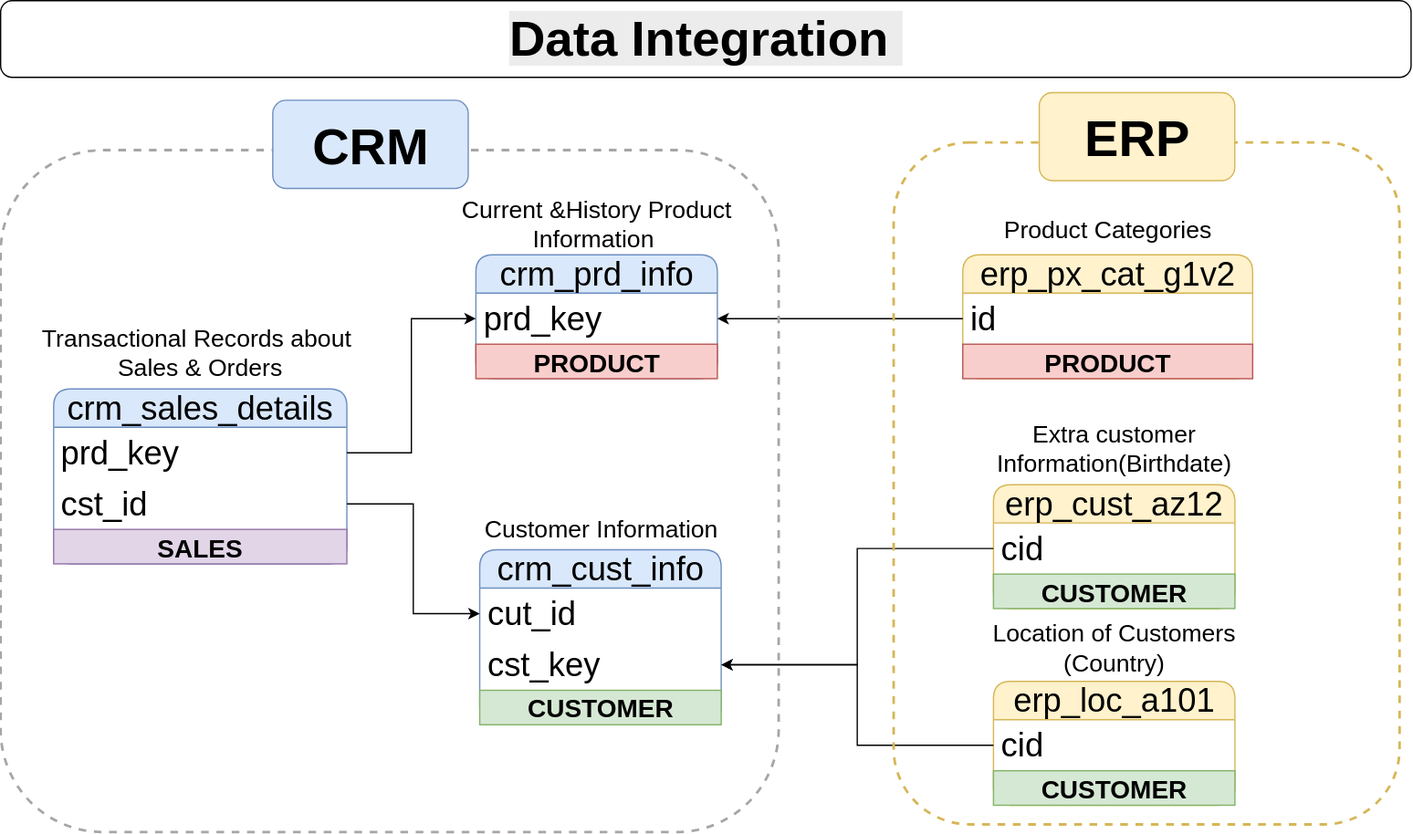
Earlier version of the draw.io export docs/data_model.drawio.svg (dhavalantala/sql-data-warehouse). Source tidied: cells renumbered, new cells last; positions are measured from the earlier drawing's top-left corner, leaving out a move shared by most shapes. The source it was exported from:
```xml
<mxGraphModel>
  <root>
    <mxCell id="0" />
    <mxCell id="1" parent="0" />
    <mxCell id="2" value="crm_cust_info" style="swimlane;fontStyle=0;horizontal=1;startSize=30;whiteSpace=wrap;html=1;rounded=1;fillColor=#dae8fc;strokeColor=#6c8ebf;fontSize=26;shadow=0;" parent="1" vertex="1">
      <mxGeometry x="375" y="430" width="189" height="137" as="geometry" />
    </mxCell>
    <mxCell id="3" value="cut_id" style="text;strokeColor=none;fillColor=none;align=left;verticalAlign=middle;spacingLeft=4;spacingRight=4;overflow=hidden;points=[[0,0.5],[1,0.5]];portConstraint=eastwest;whiteSpace=wrap;html=1;fontSize=26;shadow=0;" parent="2" vertex="1">
      <mxGeometry y="30" width="189" height="40" as="geometry" />
    </mxCell>
    <mxCell id="4" value="cst_key" style="text;strokeColor=none;fillColor=none;align=left;verticalAlign=middle;spacingLeft=4;spacingRight=4;overflow=hidden;points=[[0,0.5],[1,0.5]];portConstraint=eastwest;whiteSpace=wrap;html=1;fontSize=26;shadow=0;" parent="2" vertex="1">
      <mxGeometry y="70" width="189" height="40" as="geometry" />
    </mxCell>
    <mxCell id="5" value="CUSTOMER" style="text;html=1;strokeColor=#82b366;fillColor=#d5e8d4;align=center;verticalAlign=middle;whiteSpace=wrap;overflow=hidden;fontSize=20;fontStyle=1;" parent="2" vertex="1">
      <mxGeometry y="110" width="189" height="27" as="geometry" />
    </mxCell>
    <mxCell id="6" value="&lt;font&gt;Customer&amp;nbsp;&lt;span style=&quot;background-color: transparent; color: light-dark(rgb(0, 0, 0), rgb(255, 255, 255));&quot;&gt;Information&lt;/span&gt;&lt;/font&gt;" style="text;html=1;align=center;verticalAlign=middle;whiteSpace=wrap;rounded=0;shadow=0;fontSize=19;" parent="1" vertex="1">
      <mxGeometry x="393.8" y="399" width="151.5" height="30" as="geometry" />
    </mxCell>
    <mxCell id="7" value="crm_prd_info" style="swimlane;fontStyle=0;horizontal=1;startSize=30;whiteSpace=wrap;html=1;rounded=1;fillColor=#dae8fc;strokeColor=#6c8ebf;fontSize=26;shadow=0;" parent="1" vertex="1">
      <mxGeometry x="372" y="199" width="189" height="97" as="geometry" />
    </mxCell>
    <mxCell id="8" value="prd_key" style="text;strokeColor=none;fillColor=none;align=left;verticalAlign=middle;spacingLeft=4;spacingRight=4;overflow=hidden;points=[[0,0.5],[1,0.5]];portConstraint=eastwest;whiteSpace=wrap;html=1;fontSize=26;shadow=0;" parent="7" vertex="1">
      <mxGeometry y="30" width="189" height="40" as="geometry" />
    </mxCell>
    <mxCell id="9" value="PRODUCT" style="text;html=1;strokeColor=#b85450;fillColor=#f8cecc;align=center;verticalAlign=middle;whiteSpace=wrap;overflow=hidden;fontSize=20;fontStyle=1;" parent="7" vertex="1">
      <mxGeometry y="70" width="189" height="27" as="geometry" />
    </mxCell>
    <mxCell id="10" value="&lt;font&gt;Current &amp;amp;History Product Information&amp;nbsp;&lt;/font&gt;" style="text;html=1;align=center;verticalAlign=middle;whiteSpace=wrap;rounded=0;shadow=0;fontSize=19;" parent="1" vertex="1">
      <mxGeometry x="357" y="160" width="219" height="30" as="geometry" />
    </mxCell>
    <mxCell id="11" value="crm_sales_details" style="swimlane;fontStyle=0;horizontal=1;startSize=30;whiteSpace=wrap;html=1;rounded=1;fillColor=#dae8fc;strokeColor=#6c8ebf;fontSize=26;shadow=0;" parent="1" vertex="1">
      <mxGeometry x="41.5" y="304" width="229.5" height="137" as="geometry" />
    </mxCell>
    <mxCell id="12" value="prd_key" style="text;strokeColor=none;fillColor=none;align=left;verticalAlign=middle;spacingLeft=4;spacingRight=4;overflow=hidden;points=[[0,0.5],[1,0.5]];portConstraint=eastwest;whiteSpace=wrap;html=1;fontSize=26;shadow=0;" parent="11" vertex="1">
      <mxGeometry y="30" width="229.5" height="40" as="geometry" />
    </mxCell>
    <mxCell id="13" value="cst_id" style="text;strokeColor=none;fillColor=none;align=left;verticalAlign=middle;spacingLeft=4;spacingRight=4;overflow=hidden;points=[[0,0.5],[1,0.5]];portConstraint=eastwest;whiteSpace=wrap;html=1;fontSize=26;shadow=0;" parent="11" vertex="1">
      <mxGeometry y="70" width="229.5" height="40" as="geometry" />
    </mxCell>
    <mxCell id="14" value="SALES" style="text;html=1;strokeColor=#9673a6;fillColor=#e1d5e7;align=center;verticalAlign=middle;whiteSpace=wrap;overflow=hidden;fontSize=20;fontStyle=1;" parent="11" vertex="1">
      <mxGeometry y="110" width="229.5" height="27" as="geometry" />
    </mxCell>
    <mxCell id="15" value="&lt;font&gt;Transactional Records about&amp;nbsp;&lt;/font&gt;&lt;div&gt;&lt;font&gt;Sales &amp;amp; Orders&lt;/font&gt;&lt;/div&gt;" style="text;html=1;align=center;verticalAlign=middle;whiteSpace=wrap;rounded=0;shadow=0;fontSize=19;" parent="1" vertex="1">
      <mxGeometry x="8.4" y="261" width="295.8" height="30" as="geometry" />
    </mxCell>
    <mxCell id="16" value="erp_cust_az12" style="swimlane;fontStyle=0;horizontal=1;startSize=30;whiteSpace=wrap;html=1;rounded=1;fillColor=#fff2cc;strokeColor=#d6b656;fontSize=26;shadow=0;" parent="1" vertex="1">
      <mxGeometry x="777.1" y="379" width="189" height="97" as="geometry" />
    </mxCell>
    <mxCell id="17" value="cid" style="text;strokeColor=none;fillColor=none;align=left;verticalAlign=middle;spacingLeft=4;spacingRight=4;overflow=hidden;points=[[0,0.5],[1,0.5]];portConstraint=eastwest;whiteSpace=wrap;html=1;fontSize=26;shadow=0;" parent="16" vertex="1">
      <mxGeometry y="30" width="189" height="40" as="geometry" />
    </mxCell>
    <mxCell id="18" value="CUSTOMER" style="text;html=1;strokeColor=#82b366;fillColor=#d5e8d4;align=center;verticalAlign=middle;whiteSpace=wrap;overflow=hidden;fontSize=20;fontStyle=1;" parent="16" vertex="1">
      <mxGeometry y="70" width="189" height="27" as="geometry" />
    </mxCell>
    <mxCell id="19" value="&lt;font&gt;Extra customer Information(Birthdate)&lt;/font&gt;" style="text;html=1;align=center;verticalAlign=middle;whiteSpace=wrap;rounded=0;shadow=0;fontSize=19;" parent="1" vertex="1">
      <mxGeometry x="764" y="336" width="215.2" height="30" as="geometry" />
    </mxCell>
    <mxCell id="20" style="edgeStyle=orthogonalEdgeStyle;rounded=0;jettySize=auto;html=1;entryX=0;entryY=0.5;entryDx=0;entryDy=0;shadow=0;" parent="1" edge="1" source="13" target="3">
      <mxGeometry relative="1" as="geometry" />
    </mxCell>
    <mxCell id="21" style="edgeStyle=orthogonalEdgeStyle;rounded=0;jettySize=auto;html=1;entryX=0;entryY=0.5;entryDx=0;entryDy=0;shadow=0;" parent="1" edge="1" source="12" target="8">
      <mxGeometry relative="1" as="geometry" />
    </mxCell>
    <mxCell id="22" style="edgeStyle=orthogonalEdgeStyle;rounded=0;jettySize=auto;html=1;entryX=1;entryY=0.5;entryDx=0;entryDy=0;shadow=0;" parent="1" edge="1" source="17" target="4">
      <mxGeometry relative="1" as="geometry" />
    </mxCell>
    <mxCell id="23" value="erp_loc_a101" style="swimlane;fontStyle=0;horizontal=1;startSize=30;whiteSpace=wrap;html=1;rounded=1;fillColor=#fff2cc;strokeColor=#d6b656;fontSize=26;shadow=0;" parent="1" vertex="1">
      <mxGeometry x="777.1" y="533" width="189" height="97" as="geometry" />
    </mxCell>
    <mxCell id="24" value="cid" style="text;strokeColor=none;fillColor=none;align=left;verticalAlign=middle;spacingLeft=4;spacingRight=4;overflow=hidden;points=[[0,0.5],[1,0.5]];portConstraint=eastwest;whiteSpace=wrap;html=1;fontSize=26;shadow=0;" parent="23" vertex="1">
      <mxGeometry y="30" width="189" height="40" as="geometry" />
    </mxCell>
    <mxCell id="25" value="CUSTOMER" style="text;html=1;strokeColor=#82b366;fillColor=#d5e8d4;align=center;verticalAlign=middle;whiteSpace=wrap;overflow=hidden;fontSize=20;fontStyle=1;" parent="23" vertex="1">
      <mxGeometry y="70" width="189" height="27" as="geometry" />
    </mxCell>
    <mxCell id="26" value="&lt;font&gt;Location of Customers (Country)&lt;/font&gt;" style="text;html=1;align=center;verticalAlign=middle;whiteSpace=wrap;rounded=0;shadow=0;fontSize=19;" parent="1" vertex="1">
      <mxGeometry x="764" y="492" width="215.2" height="30" as="geometry" />
    </mxCell>
    <mxCell id="27" value="erp_px_cat_g1v2" style="swimlane;fontStyle=0;horizontal=1;startSize=30;whiteSpace=wrap;html=1;rounded=1;fillColor=#fff2cc;strokeColor=#d6b656;fontSize=26;shadow=0;" parent="1" vertex="1">
      <mxGeometry x="753.1" y="199" width="226.9" height="97" as="geometry" />
    </mxCell>
    <mxCell id="28" value="id" style="text;strokeColor=none;fillColor=none;align=left;verticalAlign=middle;spacingLeft=4;spacingRight=4;overflow=hidden;points=[[0,0.5],[1,0.5]];portConstraint=eastwest;whiteSpace=wrap;html=1;fontSize=26;shadow=0;" parent="27" vertex="1">
      <mxGeometry y="30" width="226.9" height="40" as="geometry" />
    </mxCell>
    <mxCell id="29" value="PRODUCT" style="text;html=1;strokeColor=#b85450;fillColor=#f8cecc;align=center;verticalAlign=middle;whiteSpace=wrap;overflow=hidden;fontSize=20;fontStyle=1;" parent="27" vertex="1">
      <mxGeometry y="70" width="226.9" height="27" as="geometry" />
    </mxCell>
    <mxCell id="30" value="&lt;font&gt;Product Categories&lt;/font&gt;" style="text;html=1;align=center;verticalAlign=middle;whiteSpace=wrap;rounded=0;shadow=0;fontSize=19;" parent="1" vertex="1">
      <mxGeometry x="758.9" y="165" width="215.2" height="30" as="geometry" />
    </mxCell>
    <mxCell id="31" style="edgeStyle=orthogonalEdgeStyle;rounded=0;jettySize=auto;html=1;entryX=1;entryY=0.5;entryDx=0;entryDy=0;shadow=0;" parent="1" edge="1" source="24" target="4">
      <mxGeometry relative="1" as="geometry" />
    </mxCell>
    <mxCell id="32" style="edgeStyle=orthogonalEdgeStyle;rounded=0;jettySize=auto;html=1;entryX=1;entryY=0.5;entryDx=0;entryDy=0;shadow=0;" parent="1" edge="1" source="28" target="8">
      <mxGeometry relative="1" as="geometry" />
    </mxCell>
    <mxCell id="33" style="rounded=1;whiteSpace=wrap;html=1;fillColor=none;fontColor=#333333;strokeColor=light-dark(#a7a5a5, #959595);dashed=1;strokeWidth=2;" parent="1" vertex="1">
      <mxGeometry y="117" width="609" height="534" as="geometry" />
    </mxCell>
    <mxCell id="34" value="&lt;b&gt;&lt;font style=&quot;font-size: 40px;&quot;&gt;CRM&lt;/font&gt;&lt;/b&gt;" style="text;html=1;align=center;verticalAlign=middle;whiteSpace=wrap;rounded=1;fillColor=#dae8fc;strokeColor=#6c8ebf;" parent="1" vertex="1">
      <mxGeometry x="213" y="78" width="153" height="69" as="geometry" />
    </mxCell>
    <mxCell id="35" style="rounded=1;whiteSpace=wrap;html=1;fillColor=none;strokeColor=#d6b656;dashed=1;strokeWidth=2;glass=0;" parent="1" vertex="1">
      <mxGeometry x="699" y="111" width="396" height="534" as="geometry" />
    </mxCell>
    <mxCell id="36" value="&lt;span style=&quot;font-size: 40px;&quot;&gt;&lt;b&gt;ERP&lt;/b&gt;&lt;/span&gt;" style="text;html=1;align=center;verticalAlign=middle;whiteSpace=wrap;rounded=1;fillColor=#fff2cc;strokeColor=#d6b656;" parent="1" vertex="1">
      <mxGeometry x="813" y="72" width="153" height="69" as="geometry" />
    </mxCell>
    <mxCell id="37" value="&lt;font style=&quot;font-size: 39px;&quot;&gt;&lt;b style=&quot;forced-color-adjust: none; color: rgb(0, 0, 0); font-family: Helvetica; font-style: normal; font-variant-ligatures: normal; font-variant-caps: normal; letter-spacing: normal; orphans: 2; text-align: center; text-indent: 0px; text-transform: none; widows: 2; word-spacing: 0px; -webkit-text-stroke-width: 0px; white-space: nowrap; background-color: rgb(236, 236, 236); text-decoration-thickness: initial; text-decoration-style: initial; text-decoration-color: initial;&quot;&gt;Data&amp;nbsp;&lt;/b&gt;&lt;b style=&quot;forced-color-adjust: none; color: rgb(0, 0, 0); font-family: Helvetica; font-style: normal; font-variant-ligatures: normal; font-variant-caps: normal; letter-spacing: normal; orphans: 2; text-align: center; text-indent: 0px; text-transform: none; widows: 2; word-spacing: 0px; -webkit-text-stroke-width: 0px; white-space: nowrap; background-color: rgb(236, 236, 236); text-decoration-thickness: initial; text-decoration-style: initial; text-decoration-color: initial;&quot;&gt;Integration&amp;nbsp;&lt;/b&gt;&lt;/font&gt;" style="text;html=1;align=center;verticalAlign=middle;whiteSpace=wrap;rounded=1;strokeColor=default;" parent="1" vertex="1">
      <mxGeometry width="1104" height="60" as="geometry" />
    </mxCell>
  </root>
</mxGraphModel>
```
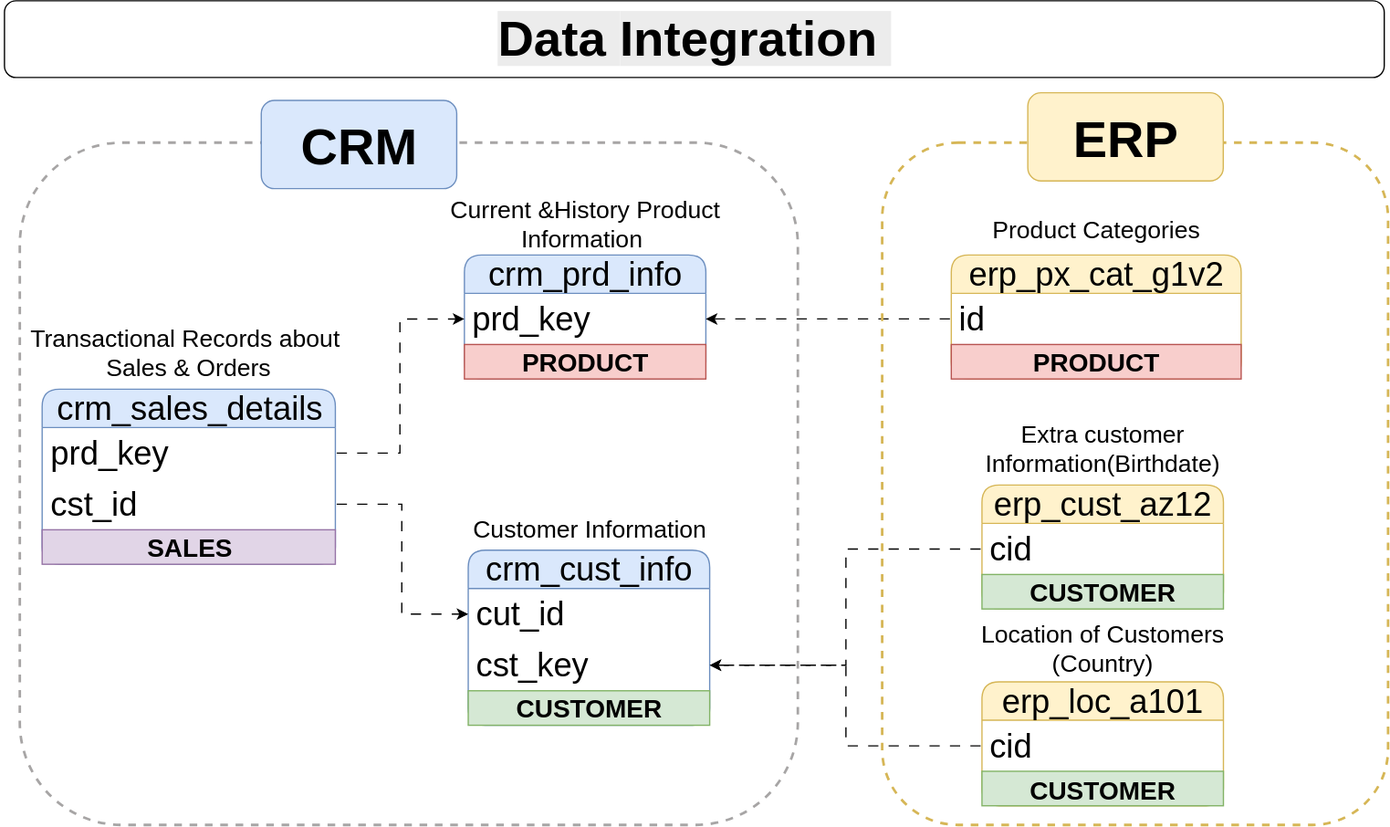
The same diagram one commit later.

The edit, as a diff of the source:
```diff
@@ -56,13 +56,13 @@
     <mxCell id="19" value="&lt;font&gt;Extra customer Information(Birthdate)&lt;/font&gt;" style="text;html=1;align=center;verticalAlign=middle;whiteSpace=wrap;rounded=0;shadow=0;fontSize=19;" parent="1" vertex="1">
       <mxGeometry x="764" y="336" width="215.2" height="30" as="geometry" />
     </mxCell>
-    <mxCell id="20" style="edgeStyle=orthogonalEdgeStyle;rounded=0;jettySize=auto;html=1;entryX=0;entryY=0.5;entryDx=0;entryDy=0;shadow=0;" parent="1" edge="1" source="13" target="3">
+    <mxCell id="20" style="edgeStyle=orthogonalEdgeStyle;rounded=0;jettySize=auto;html=1;entryX=0;entryY=0.5;entryDx=0;entryDy=0;shadow=0;flowAnimation=1;" parent="1" edge="1" source="13" target="3">
       <mxGeometry relative="1" as="geometry" />
     </mxCell>
-    <mxCell id="21" style="edgeStyle=orthogonalEdgeStyle;rounded=0;jettySize=auto;html=1;entryX=0;entryY=0.5;entryDx=0;entryDy=0;shadow=0;" parent="1" edge="1" source="12" target="8">
+    <mxCell id="21" style="edgeStyle=orthogonalEdgeStyle;rounded=0;jettySize=auto;html=1;entryX=0;entryY=0.5;entryDx=0;entryDy=0;shadow=0;flowAnimation=1;" parent="1" edge="1" source="12" target="8">
       <mxGeometry relative="1" as="geometry" />
     </mxCell>
-    <mxCell id="22" style="edgeStyle=orthogonalEdgeStyle;rounded=0;jettySize=auto;html=1;entryX=1;entryY=0.5;entryDx=0;entryDy=0;shadow=0;" parent="1" edge="1" source="17" target="4">
+    <mxCell id="22" style="edgeStyle=orthogonalEdgeStyle;rounded=0;jettySize=auto;html=1;entryX=1;entryY=0.5;entryDx=0;entryDy=0;shadow=0;flowAnimation=1;" parent="1" edge="1" source="17" target="4">
       <mxGeometry relative="1" as="geometry" />
     </mxCell>
     <mxCell id="23" value="erp_loc_a101" style="swimlane;fontStyle=0;horizontal=1;startSize=30;whiteSpace=wrap;html=1;rounded=1;fillColor=#fff2cc;strokeColor=#d6b656;fontSize=26;shadow=0;" parent="1" vertex="1">
@@ -89,14 +89,14 @@
     <mxCell id="30" value="&lt;font&gt;Product Categories&lt;/font&gt;" style="text;html=1;align=center;verticalAlign=middle;whiteSpace=wrap;rounded=0;shadow=0;fontSize=19;" parent="1" vertex="1">
       <mxGeometry x="758.9" y="165" width="215.2" height="30" as="geometry" />
     </mxCell>
-    <mxCell id="31" style="edgeStyle=orthogonalEdgeStyle;rounded=0;jettySize=auto;html=1;entryX=1;entryY=0.5;entryDx=0;entryDy=0;shadow=0;" parent="1" edge="1" source="24" target="4">
+    <mxCell id="31" style="edgeStyle=orthogonalEdgeStyle;rounded=0;jettySize=auto;html=1;entryX=1;entryY=0.5;entryDx=0;entryDy=0;shadow=0;flowAnimation=1;" parent="1" edge="1" source="24" target="4">
       <mxGeometry relative="1" as="geometry" />
     </mxCell>
-    <mxCell id="32" style="edgeStyle=orthogonalEdgeStyle;rounded=0;jettySize=auto;html=1;entryX=1;entryY=0.5;entryDx=0;entryDy=0;shadow=0;" parent="1" edge="1" source="28" target="8">
+    <mxCell id="32" style="edgeStyle=orthogonalEdgeStyle;rounded=0;jettySize=auto;html=1;entryX=1;entryY=0.5;entryDx=0;entryDy=0;shadow=0;flowAnimation=1;" parent="1" edge="1" source="28" target="8">
       <mxGeometry relative="1" as="geometry" />
     </mxCell>
     <mxCell id="33" style="rounded=1;whiteSpace=wrap;html=1;fillColor=none;fontColor=#333333;strokeColor=light-dark(#a7a5a5, #959595);dashed=1;strokeWidth=2;" parent="1" vertex="1">
-      <mxGeometry y="117" width="609" height="534" as="geometry" />
+      <mxGeometry x="24" y="111" width="609" height="534" as="geometry" />
     </mxCell>
     <mxCell id="34" value="&lt;b&gt;&lt;font style=&quot;font-size: 40px;&quot;&gt;CRM&lt;/font&gt;&lt;/b&gt;" style="text;html=1;align=center;verticalAlign=middle;whiteSpace=wrap;rounded=1;fillColor=#dae8fc;strokeColor=#6c8ebf;" parent="1" vertex="1">
       <mxGeometry x="213" y="78" width="153" height="69" as="geometry" />
@@ -108,7 +108,7 @@
       <mxGeometry x="813" y="72" width="153" height="69" as="geometry" />
     </mxCell>
     <mxCell id="37" value="&lt;font style=&quot;font-size: 39px;&quot;&gt;&lt;b style=&quot;forced-color-adjust: none; color: rgb(0, 0, 0); font-family: Helvetica; font-style: normal; font-variant-ligatures: normal; font-variant-caps: normal; letter-spacing: normal; orphans: 2; text-align: center; text-indent: 0px; text-transform: none; widows: 2; word-spacing: 0px; -webkit-text-stroke-width: 0px; white-space: nowrap; background-color: rgb(236, 236, 236); text-decoration-thickness: initial; text-decoration-style: initial; text-decoration-color: initial;&quot;&gt;Data&amp;nbsp;&lt;/b&gt;&lt;b style=&quot;forced-color-adjust: none; color: rgb(0, 0, 0); font-family: Helvetica; font-style: normal; font-variant-ligatures: normal; font-variant-caps: normal; letter-spacing: normal; orphans: 2; text-align: center; text-indent: 0px; text-transform: none; widows: 2; word-spacing: 0px; -webkit-text-stroke-width: 0px; white-space: nowrap; background-color: rgb(236, 236, 236); text-decoration-thickness: initial; text-decoration-style: initial; text-decoration-color: initial;&quot;&gt;Integration&amp;nbsp;&lt;/b&gt;&lt;/font&gt;" style="text;html=1;align=center;verticalAlign=middle;whiteSpace=wrap;rounded=1;strokeColor=default;" parent="1" vertex="1">
-      <mxGeometry width="1104" height="60" as="geometry" />
+      <mxGeometry x="12" width="1080" height="60" as="geometry" />
     </mxCell>
   </root>
 </mxGraphModel>
```
